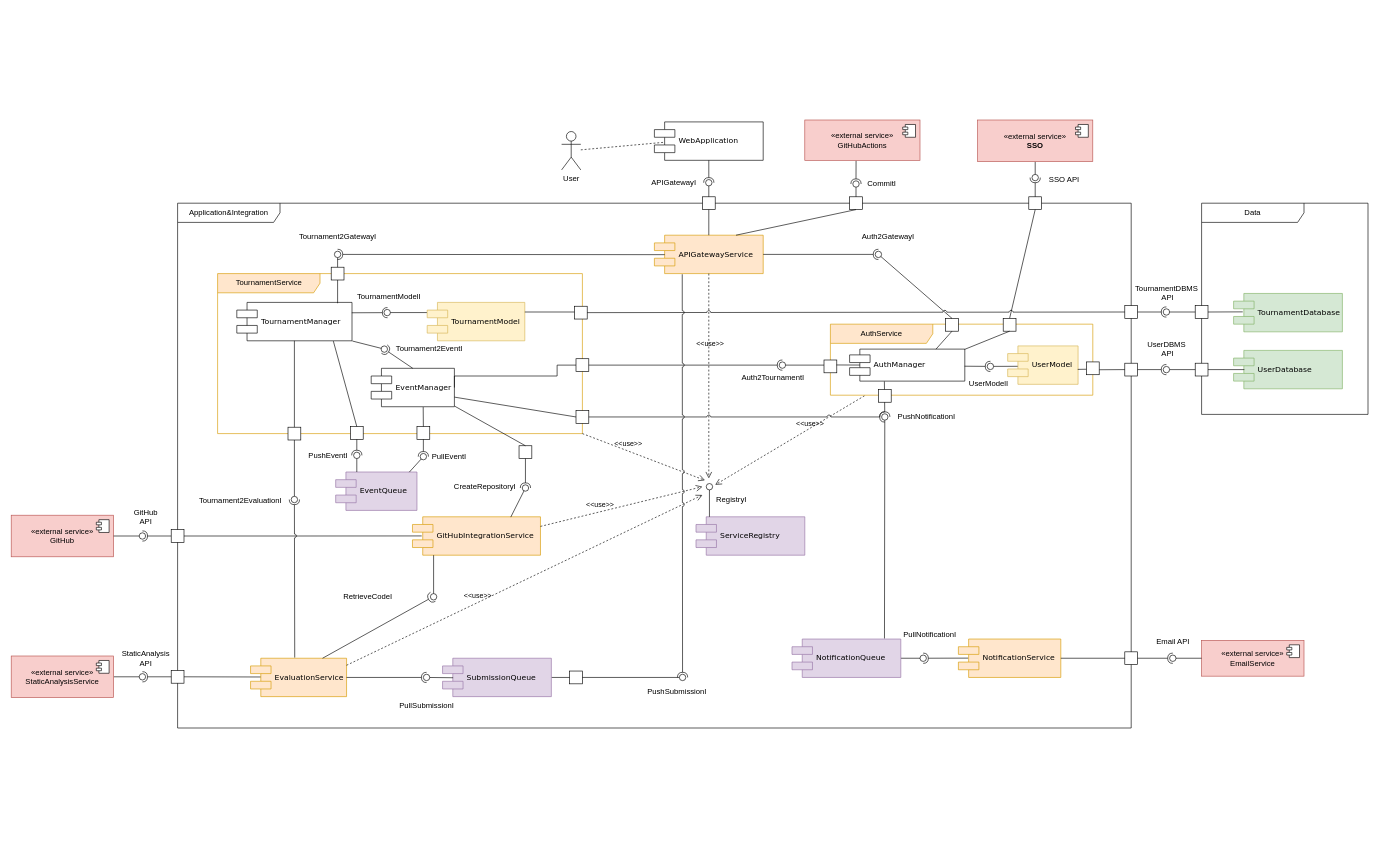
Above: DD/Diagrams/component_diagram.drawio in TommasoCapacci/SEII-2024-Capacci-Ginestroni (draw.io), before the change. Source tidied: cells renumbered, new cells numbered last; positions are measured from the earlier drawing's top-left corner, leaving out a move shared by most shapes. Both pictures are drawn from the tidied source at 64%, with x=0, y=0 at pixel (11, 11).
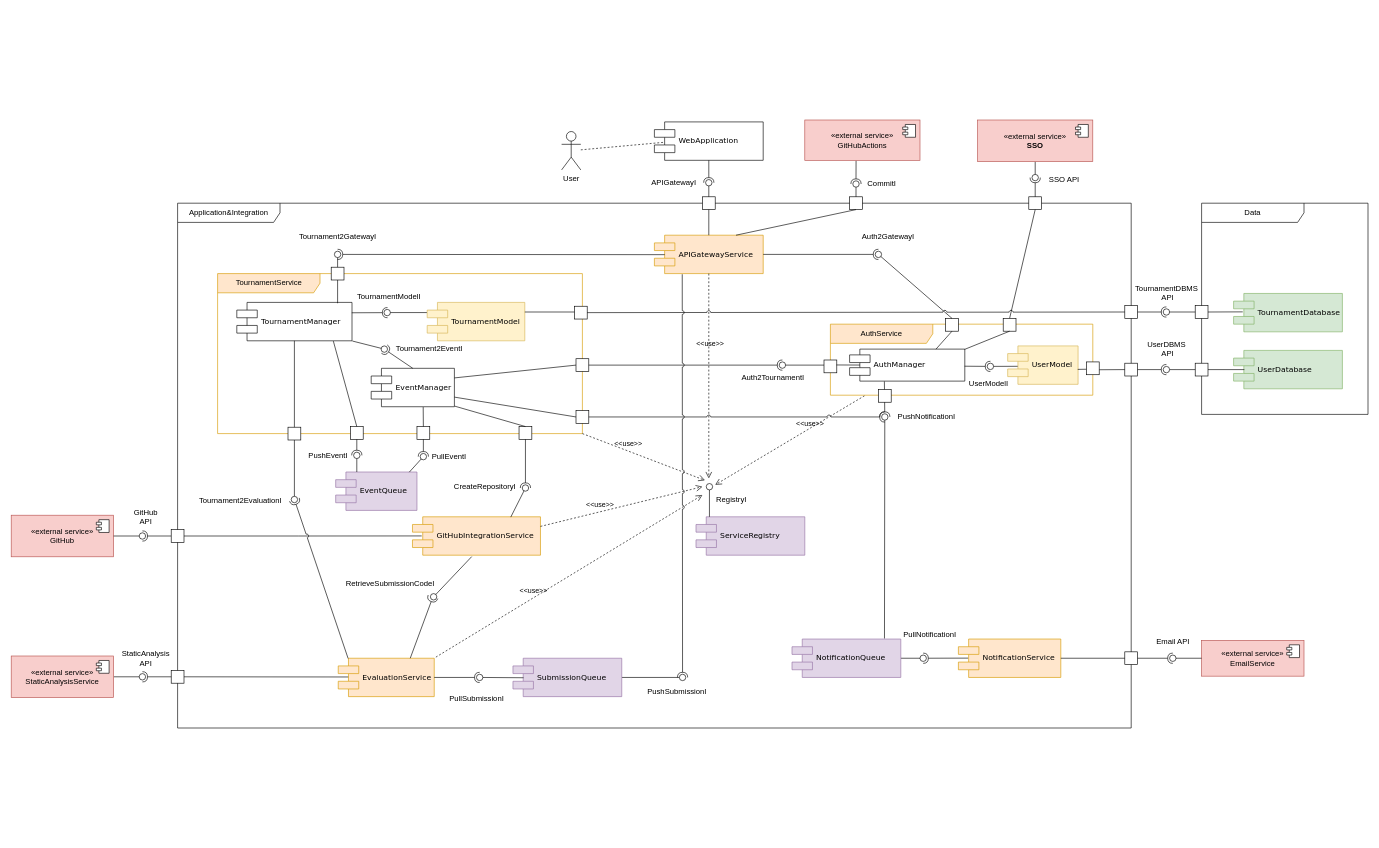
The same page after the edit.

Commit message (it also covers changes not shown here):
improved component diagram and its description

The change refers to these unchanged cells:
```xml
<mxCell id="3" value="Application&amp;amp;Integration" style="shape=umlFrame;whiteSpace=wrap;html=1;width=160;" parent="1" vertex="1">
  <mxGeometry x="260" y="300" width="1490" height="820" as="geometry" />
</mxCell>
<mxCell id="5" value="GitHubIntegrationService" style="shape=component;align=left;spacingLeft=36;rounded=0;shadow=0;comic=0;labelBackgroundColor=none;strokeWidth=1;fontFamily=Verdana;fontSize=12;html=1;fillColor=#ffe6cc;strokeColor=#d79b00;" parent="3" vertex="1">
  <mxGeometry x="367" y="490" width="200" height="60" as="geometry" />
</mxCell>
<mxCell id="19" value="EventManager" style="shape=component;align=left;spacingLeft=36;rounded=0;shadow=0;comic=0;labelBackgroundColor=none;strokeWidth=1;fontFamily=Verdana;fontSize=12;html=1;" parent="13" vertex="1">
  <mxGeometry x="240" y="148" width="130" height="60" as="geometry" />
</mxCell>
<mxCell id="56" style="ellipse;whiteSpace=wrap;html=1;align=center;fillColor=none;strokeColor=none;perimeter=centerPerimeter;points=[];outlineConnect=1;" parent="3" vertex="1">
  <mxGeometry x="784" y="736" width="10" height="10" as="geometry" />
</mxCell>
<mxCell id="67" style="html=1;rounded=0;" parent="3" vertex="1">
  <mxGeometry x="622.5" y="243" width="20" height="20" as="geometry" />
</mxCell>
<mxCell id="201" style="ellipse;whiteSpace=wrap;html=1;align=center;fillColor=none;strokeColor=none;perimeter=centerPerimeter;points=[];outlineConnect=1;" parent="1" vertex="1">
  <mxGeometry x="437.5" y="758" width="10" height="10" as="geometry" />
</mxCell>
```

The edit, as a diff of the source:
```diff
@@
     <mxCell id="36" style="html=1;rounded=0;" parent="3" vertex="1">
-      <mxGeometry x="533.5" y="379" width="20" height="20" as="geometry" />
+      <mxGeometry x="533.5" y="349" width="20" height="20" as="geometry" />
     </mxCell>
@@
-    <mxCell id="54" style="html=1;rounded=0;" parent="3" vertex="1">
-      <mxGeometry x="612.5" y="731" width="20" height="20" as="geometry" />
-    </mxCell>
-    <mxCell id="55" style="endArrow=none;html=1;rounded=0;entryX=1;entryY=0.5;entryDx=0;entryDy=0;exitX=0;exitY=0.5;exitDx=0;exitDy=0;" parent="3" edge="1" source="54" target="96">
-      <mxGeometry relative="1" as="geometry" />
-    </mxCell>
@@
-    <mxCell id="57" style="rounded=0;jettySize=auto;html=1;endArrow=oval;endFill=0;sketch=0;sourcePerimeterSpacing=0;targetPerimeterSpacing=0;endSize=10;exitX=1;exitY=0.5;exitDx=0;exitDy=0;" parent="3" edge="1" source="54" target="56">
+    <mxCell id="57" style="rounded=0;jettySize=auto;html=1;endArrow=oval;endFill=0;sketch=0;sourcePerimeterSpacing=0;targetPerimeterSpacing=0;endSize=10;exitX=1;exitY=0.5;exitDx=0;exitDy=0;" parent="3" edge="1" source="96" target="56">
       <mxGeometry relative="1" as="geometry" />
     </mxCell>
@@
-    <mxCell id="68" style="endArrow=none;html=1;rounded=0;entryX=1;entryY=0.5;entryDx=0;entryDy=0;edgeStyle=orthogonalEdgeStyle;exitX=0;exitY=0.5;exitDx=0;exitDy=0;" parent="3" edge="1" source="67" target="19">
-      <mxGeometry relative="1" as="geometry">
-        <Array as="points">
-          <mxPoint x="593" y="253" />
-          <mxPoint x="593" y="270" />
-          <mxPoint x="432" y="270" />
-        </Array>
-      </mxGeometry>
+    <mxCell id="68" style="endArrow=none;html=1;rounded=0;entryX=1;entryY=0.25;entryDx=0;entryDy=0;exitX=0;exitY=0.5;exitDx=0;exitDy=0;" parent="3" edge="1" source="67" target="19">
+      <mxGeometry relative="1" as="geometry" />
     </mxCell>
@@
-    <mxCell id="87" value="RetrieveCodeI" style="text;html=1;align=center;verticalAlign=middle;strokeColor=none;fillColor=none;" parent="3" vertex="1">
-      <mxGeometry x="247" y="600" width="100" height="30" as="geometry" />
+    <mxCell id="87" value="RetrieveSubmissionCodeI" style="text;html=1;align=center;verticalAlign=middle;strokeColor=none;fillColor=none;" parent="3" vertex="1">
+      <mxGeometry x="252" y="580" width="160" height="30" as="geometry" />
     </mxCell>
@@
     <mxCell id="95" value="EvaluationService" style="shape=component;align=left;spacingLeft=36;rounded=0;shadow=0;comic=0;labelBackgroundColor=none;strokeWidth=1;fontFamily=Verdana;fontSize=12;html=1;fillColor=#ffe6cc;strokeColor=#d79b00;" parent="3" vertex="1">
-      <mxGeometry x="114" y="711" width="150" height="60" as="geometry" />
+      <mxGeometry x="251" y="711" width="150" height="60" as="geometry" />
     </mxCell>
     <mxCell id="96" value="SubmissionQueue" style="shape=component;align=left;spacingLeft=36;rounded=0;shadow=0;comic=0;labelBackgroundColor=none;strokeWidth=1;fontFamily=Verdana;fontSize=12;html=1;fillColor=#e1d5e7;strokeColor=#9673a6;" parent="3" vertex="1">
-      <mxGeometry x="414" y="711" width="170" height="60" as="geometry" />
+      <mxGeometry x="524" y="711" width="170" height="60" as="geometry" />
     </mxCell>
@@
     <mxCell id="99" style="ellipse;whiteSpace=wrap;html=1;align=center;fillColor=none;strokeColor=none;perimeter=centerPerimeter;points=[];outlineConnect=1;" parent="3" vertex="1">
-      <mxGeometry x="384" y="736" width="10" height="10" as="geometry" />
+      <mxGeometry x="467" y="736" width="10" height="10" as="geometry" />
     </mxCell>
     <mxCell id="100" value="PullSubmissionI" style="text;html=1;align=center;verticalAlign=middle;strokeColor=none;fillColor=none;" parent="3" vertex="1">
-      <mxGeometry x="334" y="770" width="110" height="30" as="geometry" />
+      <mxGeometry x="412" y="760" width="110" height="30" as="geometry" />
     </mxCell>
@@
-    <mxCell id="114" style="rounded=0;orthogonalLoop=1;jettySize=auto;html=1;endArrow=oval;endFill=0;sketch=0;sourcePerimeterSpacing=0;targetPerimeterSpacing=0;endSize=10;" parent="3" edge="1">
+    <mxCell id="114" style="rounded=0;jettySize=auto;html=1;endArrow=oval;endFill=0;sketch=0;sourcePerimeterSpacing=0;targetPerimeterSpacing=0;endSize=10;exitX=0.463;exitY=1.036;exitDx=0;exitDy=0;exitPerimeter=0;" parent="3" edge="1" source="5">
       <mxGeometry relative="1" as="geometry">
-        <mxPoint x="400" y="550" as="sourcePoint" />
         <mxPoint x="400" y="615" as="targetPoint" />
       </mxGeometry>
     </mxCell>
@@
-    <mxCell id="168" style="rounded=0;jettySize=auto;html=1;endArrow=halfCircle;endFill=0;endSize=6;strokeWidth=1;sketch=0;jumpStyle=arc;" parent="1" edge="1" target="201">
-      <mxGeometry relative="1" as="geometry">
-        <mxPoint x="443" y="1010" as="sourcePoint" />
-      </mxGeometry>
+    <mxCell id="168" style="rounded=0;jettySize=auto;html=1;endArrow=halfCircle;endFill=0;endSize=6;strokeWidth=1;sketch=0;jumpStyle=arc;exitX=0.103;exitY=0.007;exitDx=0;exitDy=0;exitPerimeter=0;" parent="1" edge="1" source="95" target="201">
+      <mxGeometry relative="1" as="geometry" />
     </mxCell>
@@
-    <mxCell id="182" value="&amp;lt;&amp;lt;use&amp;gt;&amp;gt;" style="endArrow=open;startArrow=none;endFill=0;startFill=0;endSize=8;html=1;verticalAlign=bottom;dashed=1;labelBackgroundColor=none;rounded=0;jumpStyle=none;exitX=1;exitY=0.25;exitDx=0;exitDy=0;" parent="1" edge="1">
+    <mxCell id="182" value="&amp;lt;&amp;lt;use&amp;gt;&amp;gt;" style="endArrow=open;startArrow=none;endFill=0;startFill=0;endSize=8;html=1;verticalAlign=bottom;dashed=1;labelBackgroundColor=none;rounded=0;jumpStyle=none;exitX=1.017;exitY=-0.029;exitDx=0;exitDy=0;exitPerimeter=0;" parent="1" edge="1" source="95">
       <mxGeometry x="-0.26" y="2" relative="1" as="geometry">
-        <mxPoint x="524" y="1022" as="sourcePoint" />
         <mxPoint x="1080" y="756" as="targetPoint" />
       </mxGeometry>
     </mxCell>
```
